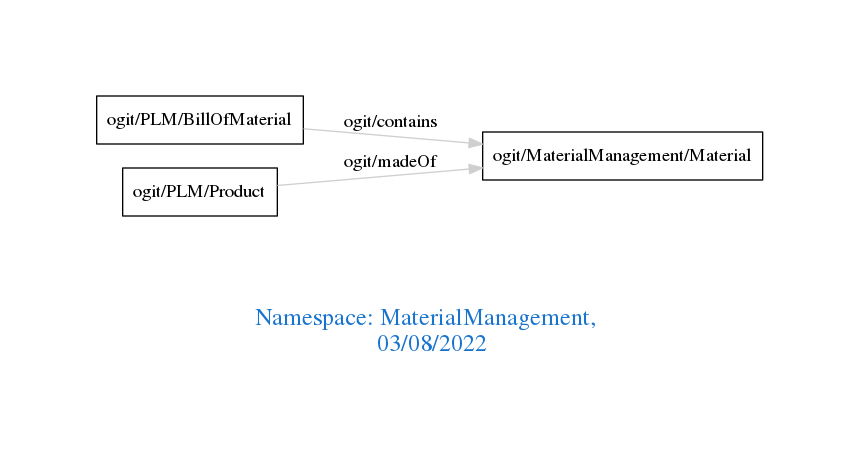
The Graphviz diagram downloads/MaterialManagement.png in arago/OGIT, before a commit. Its source is kept beside it as downloads/MaterialManagement.dot.
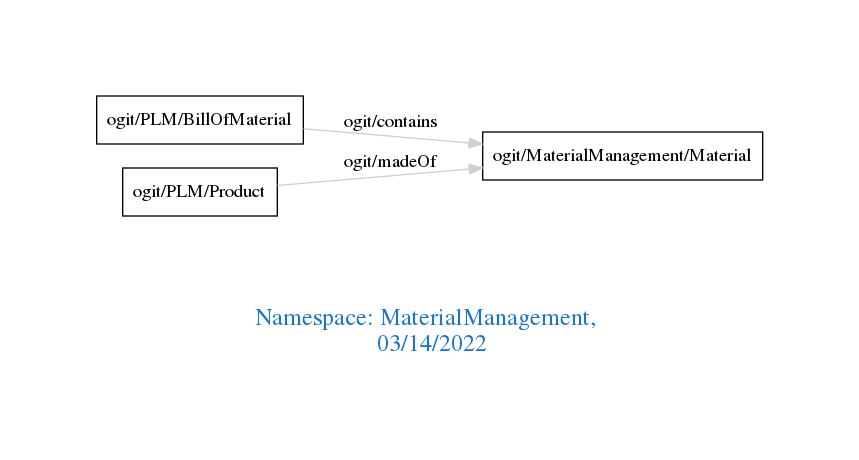
Above is the later version.

Change to the diagram source:
```diff
@@ -1,7 +1,7 @@
 digraph OGIT_ontology {
  graph [ rankdir= LR,pad=1
 fontsize = 18,
-fontcolor= dodgerblue3,label = "\n\n\nNamespace: MaterialManagement, \n 03/08/2022"];
+fontcolor= dodgerblue3,label = "\n\n\nNamespace: MaterialManagement, \n 03/14/2022"];
 node[shape=polygon];
 edge [  color="gray81"];
 
```
